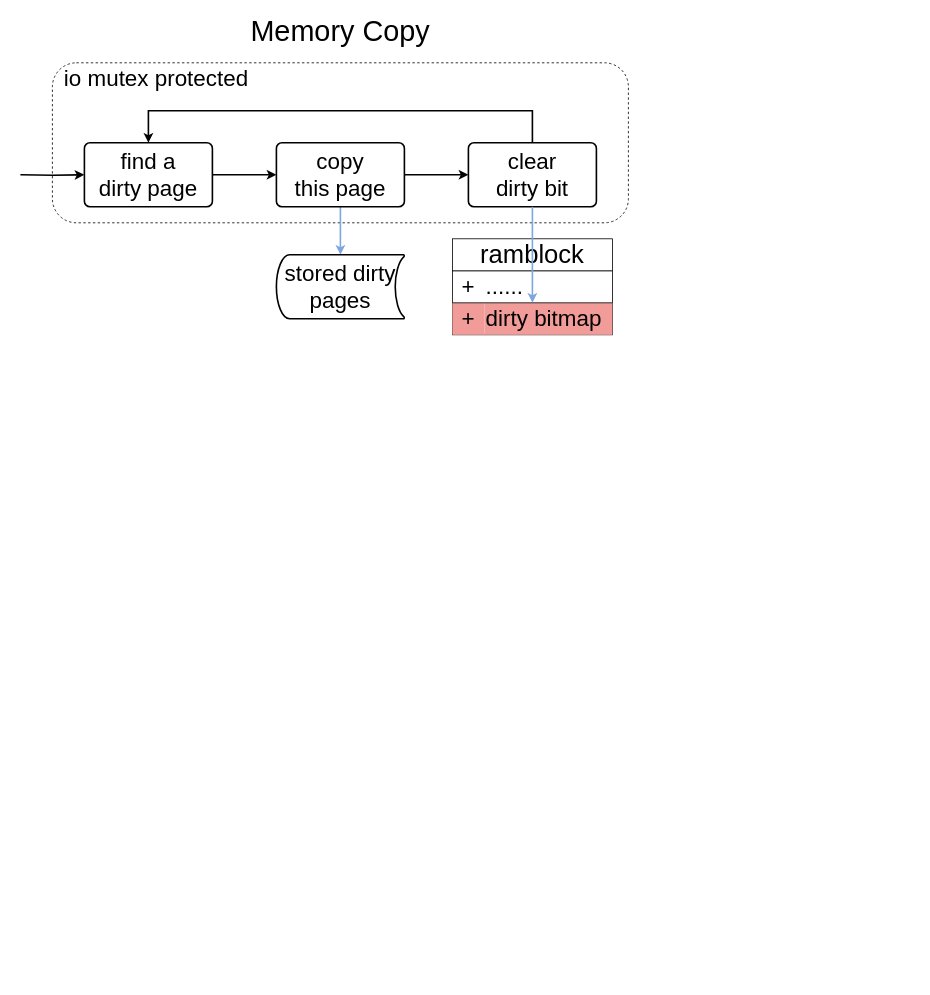
Before: mid-report/motivation.multi-memory-copy.drawio in xuyizhe1999/drawio, a draw.io diagram. Source tidied: cells renumbered, new cells numbered last; positions are measured from the earlier drawing's top-left corner, leaving out a move shared by most shapes. Both pictures are drawn from the tidied source at 80%, with x=0, y=0 at pixel (20, 14).
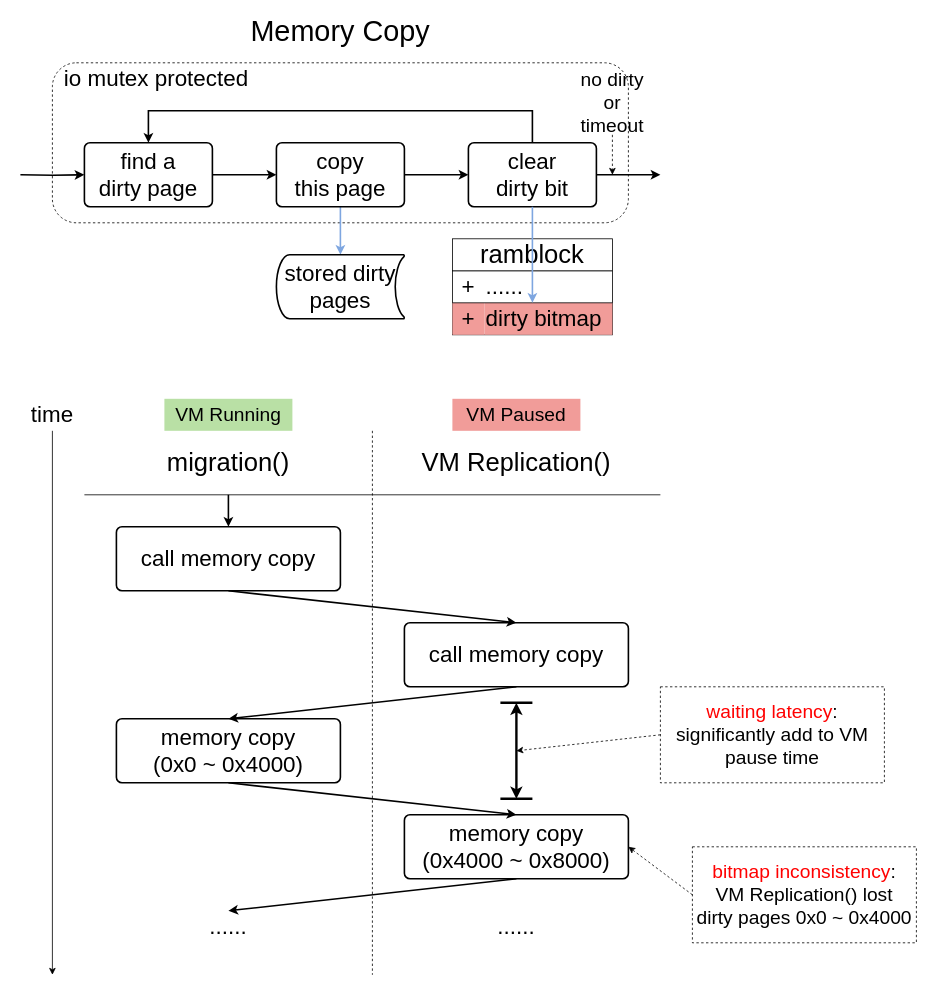
The same diagram, later.

Diff of the diagram source:
```diff
@@
+    <mxCell id="22" value="&lt;font style=&quot;font-size: 32px;&quot;&gt;migration()&lt;/font&gt;" style="rounded=0;whiteSpace=wrap;html=1;fillColor=none;strokeColor=none;" parent="1" vertex="1">
+      <mxGeometry x="80" y="520" width="360" height="80" as="geometry" />
+    </mxCell>
+    <mxCell id="23" value="&lt;font style=&quot;font-size: 32px;&quot;&gt;VM Replication()&lt;/font&gt;" style="rounded=0;whiteSpace=wrap;html=1;fillColor=none;strokeColor=none;" parent="1" vertex="1">
+      <mxGeometry x="440" y="520" width="360" height="80" as="geometry" />
+    </mxCell>
+    <mxCell id="24" style="endArrow=classic;html=1;rounded=0;endFill=1;" parent="1" edge="1">
+      <mxGeometry relative="1" as="geometry">
+        <mxPoint x="40" y="520" as="sourcePoint" />
+        <mxPoint x="40" y="1200" as="targetPoint" />
+      </mxGeometry>
+    </mxCell>
+    <mxCell id="25" style="endArrow=none;html=1;rounded=0;entryX=1;entryY=1;entryDx=0;entryDy=0;" parent="1" edge="1" target="23">
+      <mxGeometry relative="1" as="geometry">
+        <mxPoint x="80" y="600" as="sourcePoint" />
+      </mxGeometry>
+    </mxCell>
+    <mxCell id="26" value="&lt;font style=&quot;font-size: 28px;&quot;&gt;time&lt;/font&gt;" style="text;html=1;strokeColor=none;fillColor=none;align=center;verticalAlign=middle;whiteSpace=wrap;rounded=0;" parent="1" vertex="1">
+      <mxGeometry y="480" width="80" height="40" as="geometry" />
+    </mxCell>
+    <mxCell id="27" value="&lt;font style=&quot;font-size: 28px;&quot;&gt;call memory copy&lt;/font&gt;" style="rounded=1;whiteSpace=wrap;html=1;absoluteArcSize=1;arcSize=14;strokeWidth=2;" parent="1" vertex="1">
+      <mxGeometry x="120" y="640" width="280" height="80" as="geometry" />
+    </mxCell>
+    <mxCell id="28" value="&lt;font style=&quot;font-size: 28px;&quot;&gt;call memory copy&lt;/font&gt;" style="rounded=1;whiteSpace=wrap;html=1;absoluteArcSize=1;arcSize=14;strokeWidth=2;" parent="1" vertex="1">
+      <mxGeometry x="480" y="760" width="280" height="80" as="geometry" />
+    </mxCell>
+    <mxCell id="29" style="endArrow=none;html=1;rounded=0;dashed=1;" parent="1" edge="1">
+      <mxGeometry relative="1" as="geometry">
+        <mxPoint x="440" y="520" as="sourcePoint" />
+        <mxPoint x="440" y="1200" as="targetPoint" />
+      </mxGeometry>
+    </mxCell>
+    <mxCell id="30" style="endArrow=classic;html=1;rounded=0;entryX=0.5;entryY=0;entryDx=0;entryDy=0;strokeWidth=2;" parent="1" edge="1" target="27">
+      <mxGeometry relative="1" as="geometry">
+        <mxPoint x="260" y="600" as="sourcePoint" />
+      </mxGeometry>
+    </mxCell>
+    <mxCell id="31" style="endArrow=classic;html=1;rounded=0;entryX=0.5;entryY=0;entryDx=0;entryDy=0;strokeWidth=2;" parent="1" edge="1" target="28">
+      <mxGeometry relative="1" as="geometry">
+        <mxPoint x="260" y="720" as="sourcePoint" />
+      </mxGeometry>
+    </mxCell>
+    <mxCell id="32" value="&lt;font style=&quot;font-size: 28px;&quot;&gt;memory copy&lt;br&gt;(0x0 ~ 0x4000)&lt;/font&gt;" style="rounded=1;whiteSpace=wrap;html=1;absoluteArcSize=1;arcSize=14;strokeWidth=2;" parent="1" vertex="1">
+      <mxGeometry x="120" y="880" width="280" height="80" as="geometry" />
+    </mxCell>
+    <mxCell id="33" value="&lt;font style=&quot;font-size: 28px;&quot;&gt;memory copy&lt;br&gt;(0x4000 ~ 0x8000)&lt;/font&gt;" style="rounded=1;whiteSpace=wrap;html=1;absoluteArcSize=1;arcSize=14;strokeWidth=2;" parent="1" vertex="1">
+      <mxGeometry x="480" y="1000" width="280" height="80" as="geometry" />
+    </mxCell>
+    <mxCell id="34" style="endArrow=classic;html=1;rounded=0;exitX=0.5;exitY=1;exitDx=0;exitDy=0;entryX=0.5;entryY=0;entryDx=0;entryDy=0;strokeWidth=2;" parent="1" edge="1" source="28" target="32">
+      <mxGeometry relative="1" as="geometry" />
+    </mxCell>
+    <mxCell id="35" style="endArrow=classic;html=1;rounded=0;entryX=0.5;entryY=0;entryDx=0;entryDy=0;strokeWidth=2;exitX=0.5;exitY=1;exitDx=0;exitDy=0;" parent="1" edge="1" source="32" target="33">
+      <mxGeometry relative="1" as="geometry" />
+    </mxCell>
+    <mxCell id="36" value="&lt;font style=&quot;font-size: 28px;&quot;&gt;......&lt;/font&gt;" style="text;html=1;strokeColor=none;fillColor=none;align=center;verticalAlign=middle;whiteSpace=wrap;rounded=0;" parent="1" vertex="1">
+      <mxGeometry x="160" y="1120" width="200" height="40" as="geometry" />
+    </mxCell>
+    <mxCell id="37" value="&lt;font style=&quot;font-size: 24px;&quot;&gt;&lt;font color=&quot;#ff0000&quot;&gt;bitmap inconsistency&lt;/font&gt;:&lt;br&gt;VM Replication() lost&lt;br&gt;dirty pages 0x0 ~ 0x4000&lt;/font&gt;" style="text;html=1;strokeColor=default;fillColor=none;align=center;verticalAlign=middle;whiteSpace=wrap;rounded=0;dashed=1;" parent="1" vertex="1">
+      <mxGeometry x="840" y="1040" width="280" height="120" as="geometry" />
+    </mxCell>
+    <mxCell id="38" style="endArrow=classic;html=1;rounded=0;exitX=0.5;exitY=1;exitDx=0;exitDy=0;strokeWidth=2;" parent="1" edge="1" source="33">
+      <mxGeometry relative="1" as="geometry">
+        <mxPoint x="260" y="1120" as="targetPoint" />
+      </mxGeometry>
+    </mxCell>
+    <mxCell id="39" style="edgeStyle=orthogonalEdgeStyle;rounded=0;orthogonalLoop=1;jettySize=auto;html=1;exitX=1;exitY=0.5;exitDx=0;exitDy=0;entryX=0;entryY=0.5;entryDx=0;entryDy=0;strokeWidth=2;" parent="1" edge="1">
+      <mxGeometry relative="1" as="geometry">
+        <mxPoint x="720" y="200" as="sourcePoint" />
+        <mxPoint x="800" y="200" as="targetPoint" />
+      </mxGeometry>
+    </mxCell>
+    <mxCell id="40" style="edgeStyle=orthogonalEdgeStyle;rounded=0;jettySize=auto;html=1;exitX=0.5;exitY=1;exitDx=0;exitDy=0;dashed=1;" parent="1" edge="1" source="41">
+      <mxGeometry relative="1" as="geometry">
+        <mxPoint x="740" y="200" as="targetPoint" />
+      </mxGeometry>
+    </mxCell>
+    <mxCell id="41" value="&lt;font style=&quot;font-size: 24px;&quot;&gt;no dirty&lt;br&gt;or&lt;br&gt;timeout&lt;/font&gt;" style="text;html=1;strokeColor=none;fillColor=none;align=center;verticalAlign=middle;whiteSpace=wrap;rounded=0;" parent="1" vertex="1">
+      <mxGeometry x="680" y="70" width="120" height="80" as="geometry" />
+    </mxCell>
+    <mxCell id="42" style="endArrow=classic;html=1;rounded=0;exitX=0;exitY=0.5;exitDx=0;exitDy=0;entryX=1;entryY=0.5;entryDx=0;entryDy=0;dashed=1;" parent="1" edge="1" source="37" target="33">
+      <mxGeometry relative="1" as="geometry" />
+    </mxCell>
+    <mxCell id="43" value="&lt;font style=&quot;font-size: 28px;&quot;&gt;......&lt;/font&gt;" style="text;html=1;strokeColor=none;fillColor=none;align=center;verticalAlign=middle;whiteSpace=wrap;rounded=0;" parent="1" vertex="1">
+      <mxGeometry x="520" y="1120" width="200" height="40" as="geometry" />
+    </mxCell>
+    <mxCell id="44" value="&lt;font style=&quot;font-size: 24px;&quot;&gt;VM Running&lt;/font&gt;" style="text;html=1;strokeColor=none;fillColor=#B9E0A5;align=center;verticalAlign=middle;whiteSpace=wrap;rounded=0;" parent="1" vertex="1">
+      <mxGeometry x="180" y="480" width="160" height="40" as="geometry" />
+    </mxCell>
+    <mxCell id="45" value="&lt;font style=&quot;font-size: 24px;&quot;&gt;VM Paused&lt;/font&gt;" style="text;html=1;strokeColor=none;fillColor=#F19C99;align=center;verticalAlign=middle;whiteSpace=wrap;rounded=0;" parent="1" vertex="1">
+      <mxGeometry x="540" y="480" width="160" height="40" as="geometry" />
+    </mxCell>
+    <mxCell id="46" style="endArrow=none;html=1;rounded=0;strokeWidth=3;" parent="1" edge="1">
+      <mxGeometry relative="1" as="geometry">
+        <mxPoint x="600" y="860" as="sourcePoint" />
+        <mxPoint x="640" y="860" as="targetPoint" />
+      </mxGeometry>
+    </mxCell>
+    <mxCell id="47" style="endArrow=none;html=1;rounded=0;strokeWidth=3;" parent="1" edge="1">
+      <mxGeometry relative="1" as="geometry">
+        <mxPoint x="600" y="980" as="sourcePoint" />
+        <mxPoint x="640" y="980" as="targetPoint" />
+      </mxGeometry>
+    </mxCell>
+    <mxCell id="48" style="endArrow=classic;html=1;rounded=0;endFill=1;startArrow=classic;startFill=1;strokeWidth=3;" parent="1" edge="1">
+      <mxGeometry relative="1" as="geometry">
+        <mxPoint x="620" y="980" as="sourcePoint" />
+        <mxPoint x="620" y="860" as="targetPoint" />
+      </mxGeometry>
+    </mxCell>
+    <mxCell id="49" value="&lt;font style=&quot;font-size: 24px;&quot;&gt;&lt;font color=&quot;#ff0000&quot;&gt;waiting latency&lt;/font&gt;:&lt;br&gt;significantly add to VM pause time&lt;br&gt;&lt;/font&gt;" style="text;html=1;strokeColor=default;fillColor=none;align=center;verticalAlign=middle;whiteSpace=wrap;rounded=0;dashed=1;" parent="1" vertex="1">
+      <mxGeometry x="800" y="840" width="280" height="120" as="geometry" />
+    </mxCell>
+    <mxCell id="50" style="endArrow=classic;html=1;rounded=0;exitX=0;exitY=0.5;exitDx=0;exitDy=0;entryX=1;entryY=0.5;entryDx=0;entryDy=0;dashed=1;" parent="1" edge="1" source="49">
+      <mxGeometry relative="1" as="geometry">
+        <mxPoint x="620" y="920" as="targetPoint" />
+      </mxGeometry>
+    </mxCell>
```
